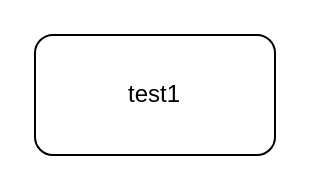
The draw.io diagram drawio_files/002_SAP Cloud.drawio in frostaag/diagrams-v4, before the edit. Source tidied: cells renumbered, new cells numbered last; positions are measured from the earlier drawing's top-left corner, leaving out a move shared by most shapes. Both pictures are drawn from the tidied source at 200%, with x=0, y=0 at pixel (34, 34).
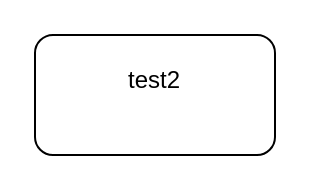
The same page after the edit.

What changed in the source:
```diff
@@
 <mxGraphModel>
   <root>
     <mxCell id="0" />
     <mxCell id="1" parent="0" />
-    <mxCell id="2" value="test1" style="rounded=1;whiteSpace=wrap;html=1;" parent="1" vertex="1">
+    <mxCell id="2" value="test2&lt;div&gt;&lt;br&gt;&lt;/div&gt;" style="rounded=1;whiteSpace=wrap;html=1;" parent="1" vertex="1">
       <mxGeometry width="120" height="60" as="geometry" />
     </mxCell>
   </root>
 </mxGraphModel>
```
